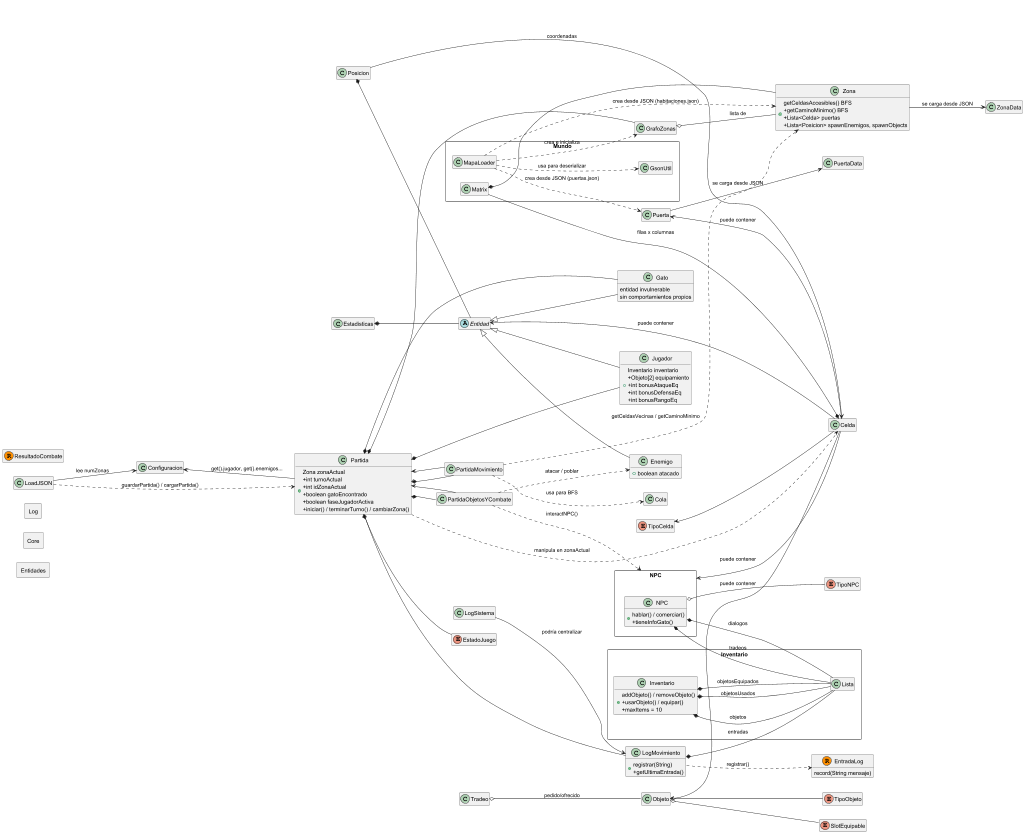
isagonz3/JuegoPracticaFinal keeps this PlantUML diagram as UMLs/clases_modelo.png. Above is the earlier version.
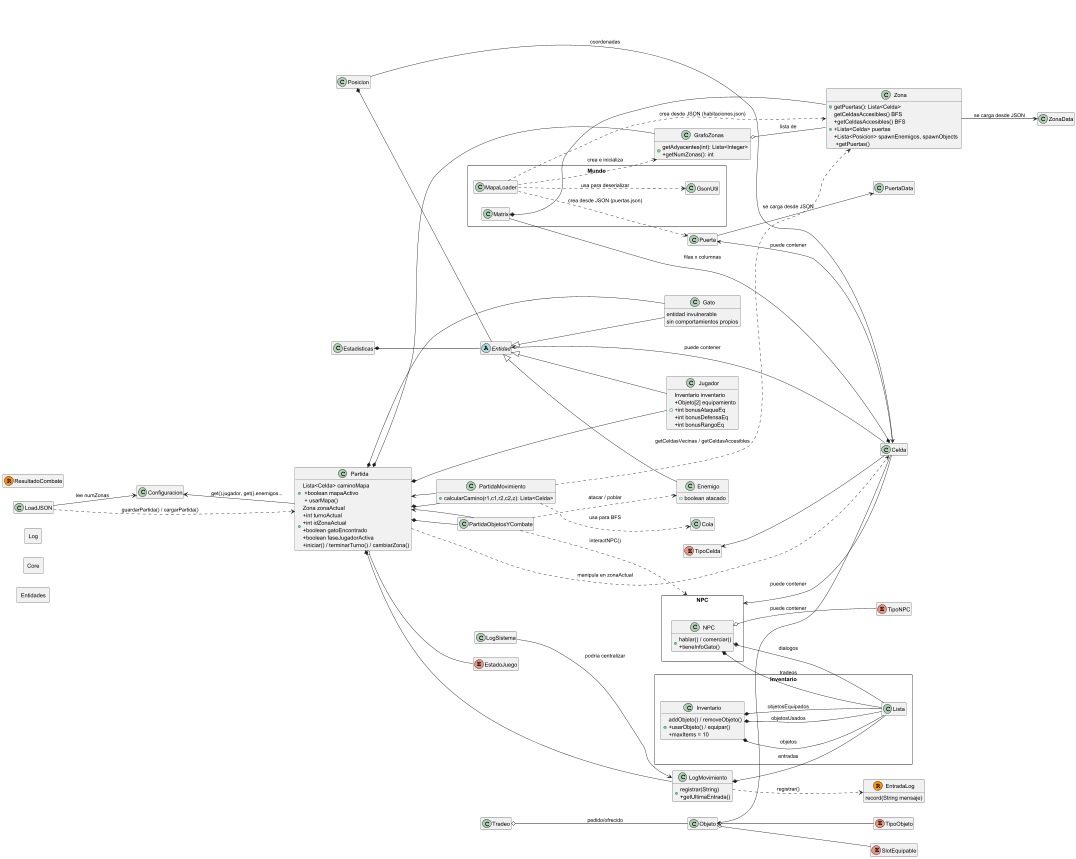
The same file after the commit.

Change to the diagram source:
```diff
@@ -53,14 +53,16 @@
   Objeto <-- Celda : puede contener
   NPC <-- Celda : puede contener
   GrafoZonas o-- Zona : lista de
+  GrafoZonas : +getAdyacentes(int): Lista<Integer>\n+getNumZonas(): int
   Posicion --> Celda : coordenadas
   Puerta --> PuertaData : se carga desde JSON
   Zona --> ZonaData : se carga desde JSON
+  Zona : +getPuertas(): Lista<Celda>
   MapaLoader ..> GrafoZonas : crea e inicializa
   MapaLoader ..> Zona : crea desde JSON (habitaciones.json)
   MapaLoader ..> Puerta : crea desde JSON (puertas.json)
   MapaLoader ..> GsonUtil : usa para deserializar
-  Zona : +getCeldasAccesibles() BFS\n+getCaminoMinimo() BFS\n+Lista<Celda> puertas\n+Lista<Posicion> spawnEnemigos, spawnObjects
+  Zona : +getCeldasAccesibles() BFS\n+getCeldasAccesibles() BFS\n+Lista<Celda> puertas\n+Lista<Posicion> spawnEnemigos, spawnObjects \n +getPuertas()
 }
 
 rectangle Core {
@@ -71,7 +73,9 @@
   Partida *-- PartidaObjetosYCombate
   Partida o-- EstadoJuego
   Partida *-- LogMovimiento
+  Partida : +Lista<Celda> caminoMapa \n +boolean mapaActivo \n + usarMapa()
   PartidaMovimiento --> Partida
+  PartidaMovimiento : +calcularCamino(r1,c1,r2,c2,z): Lista<Celda>
   PartidaObjetosYCombate --> Partida
   Configuracion <-- Partida : get().jugador, get().enemigos...
   LoadJSON ..> Partida : guardarPartida() / cargarPartida()
@@ -106,7 +110,7 @@
 
 Partida ..> Celda : manipula en zonaActual
 PartidaMovimiento ..> Cola : usa para BFS
-PartidaMovimiento ..> Zona : getCeldasVecinas / getCaminoMinimo
+PartidaMovimiento ..> Zona : getCeldasVecinas / getCeldasAccesibles
 PartidaObjetosYCombate ..> Enemigo : atacar / poblar
 PartidaObjetosYCombate ..> NPC : interactNPC()
 @enduml
```
